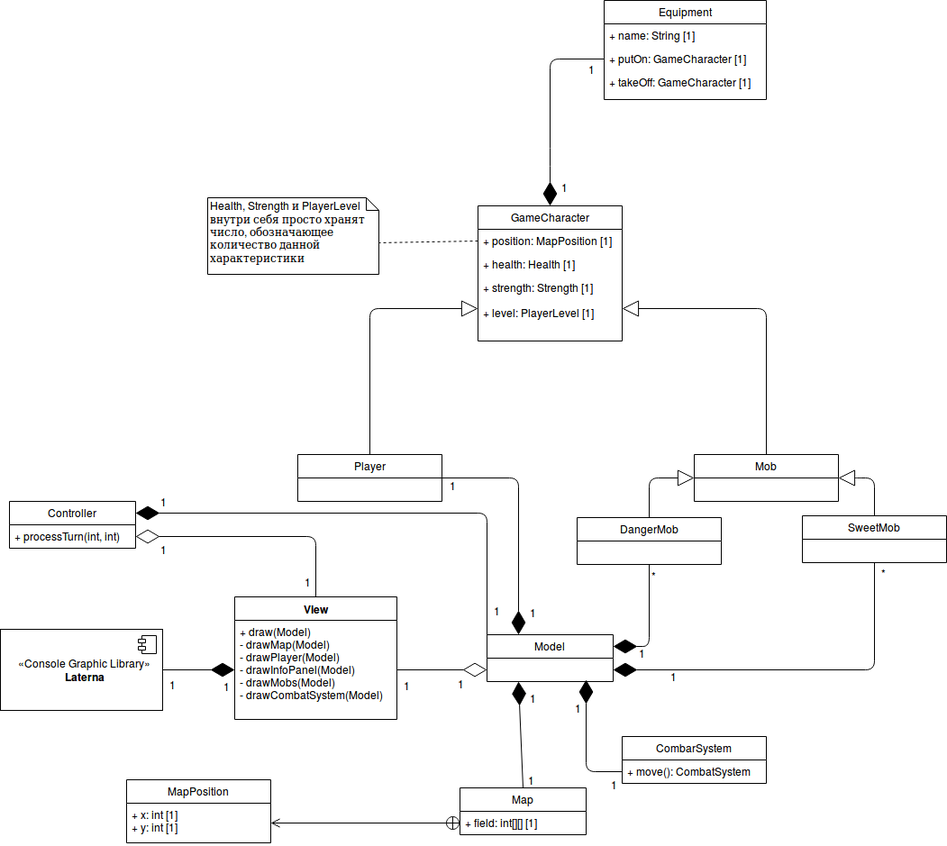
Earlier version of the draw.io export hw06/ClassDiagram.png (RamSaw/SoftwareDesign). Source tidied: cells renumbered, new cells last; positions are measured from the earlier drawing's top-left corner, leaving out a move shared by most shapes.
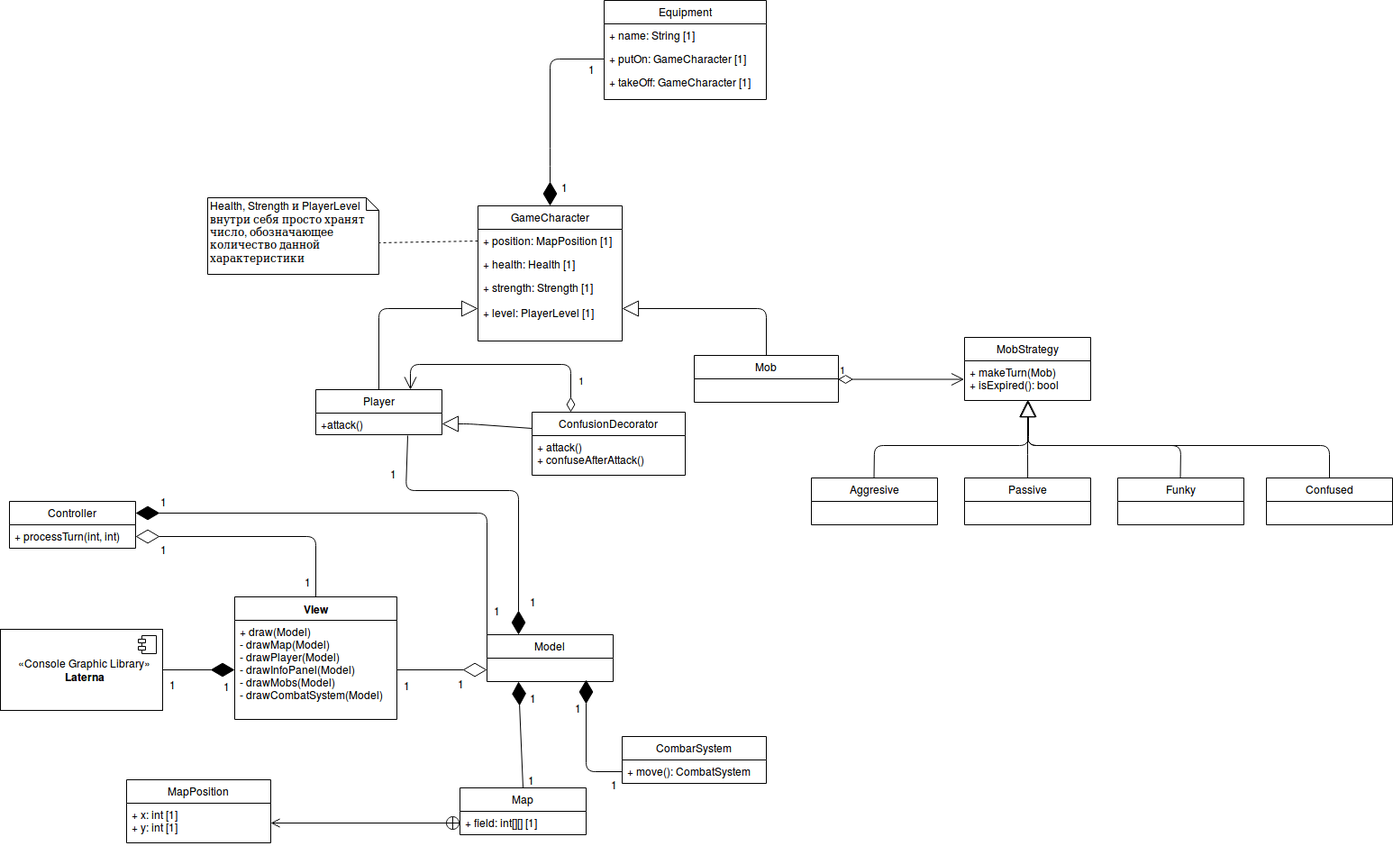
After the change.

Change to the diagram source:
```diff
@@ -45,10 +45,11 @@
     <mxCell id="12" value="Model" style="swimlane;fontStyle=0;horizontal=1;startSize=26;fillColor=none;" parent="1" vertex="1">
       <mxGeometry x="540" y="704" width="140" height="52" as="geometry" />
     </mxCell>
-    <mxCell id="13" style="endArrow=diamondThin;endFill=1;endSize=24;html=1;entryX=0.25;entryY=0;entryDx=0;entryDy=0;exitX=1;exitY=0.5;exitDx=0;exitDy=0;" parent="1" edge="1" source="16" target="12">
+    <mxCell id="13" style="endArrow=diamondThin;endFill=1;endSize=24;html=1;entryX=0.25;entryY=0;entryDx=0;entryDy=0;exitX=0.729;exitY=1.023;exitDx=0;exitDy=0;exitPerimeter=0;" parent="1" edge="1" source="77" target="12">
       <mxGeometry relative="1" as="geometry">
         <Array as="points">
-          <mxPoint x="575" y="530" />
+          <mxPoint x="450" y="544" />
+          <mxPoint x="575" y="544" />
         </Array>
       </mxGeometry>
     </mxCell>
@@ -62,9 +63,6 @@
         <mxPoint x="15" y="6" as="offset" />
       </mxGeometry>
     </mxCell>
-    <mxCell id="16" value="Player" style="swimlane;fontStyle=0;horizontal=1;startSize=26;fillColor=none;" parent="1" vertex="1">
-      <mxGeometry x="330" y="504" width="160" height="52" as="geometry" />
-    </mxCell>
     <mxCell id="17" value="GameCharacter" style="swimlane;fontStyle=0;horizontal=1;startSize=26;fillColor=none;" parent="1" vertex="1">
       <mxGeometry x="530" y="228" width="160" height="150" as="geometry" />
     </mxCell>
@@ -80,28 +78,13 @@
     <mxCell id="21" style="endArrow=block;endSize=16;endFill=0;html=1;entryX=0;entryY=0.5;entryDx=0;entryDy=0;exitX=0.5;exitY=0;exitDx=0;exitDy=0;" parent="1" edge="1" source="16" target="20">
       <mxGeometry relative="1" as="geometry">
         <Array as="points">
-          <mxPoint x="410" y="342" />
+          <mxPoint x="420" y="342" />
         </Array>
       </mxGeometry>
     </mxCell>
     <mxCell id="22" value="Mob" style="swimlane;fontStyle=0;horizontal=1;startSize=26;fillColor=none;" parent="1" vertex="1">
-      <mxGeometry x="770" y="504" width="160" height="52" as="geometry" />
+      <mxGeometry x="770" y="394" width="160" height="52" as="geometry" />
     </mxCell>
-    <mxCell id="23" style="endArrow=diamondThin;endFill=1;endSize=24;html=1;entryX=1;entryY=0.25;entryDx=0;entryDy=0;exitX=0.5;exitY=1;exitDx=0;exitDy=0;" parent="1" edge="1" source="44" target="12">
-      <mxGeometry relative="1" as="geometry">
-        <Array as="points">
-          <mxPoint x="720" y="717" />
-        </Array>
-      </mxGeometry>
-    </mxCell>
-    <mxCell id="24" value="1" style="text;html=1;align=center;verticalAlign=middle;labelBackgroundColor=#ffffff;" parent="23" vertex="1">
-      <mxGeometry x="0.75" relative="1" as="geometry">
-        <mxPoint x="15" y="6" as="offset" />
-      </mxGeometry>
-    </mxCell>
-    <mxCell id="25" value="*" style="text;html=1;align=center;verticalAlign=middle;labelBackgroundColor=#ffffff;" parent="23" vertex="1">
-      <mxGeometry x="-0.84" y="5" relative="1" as="geometry" />
-    </mxCell>
     <mxCell id="26" style="endArrow=block;endSize=16;endFill=0;html=1;entryX=1;entryY=0.5;entryDx=0;entryDy=0;exitX=0.5;exitY=0;exitDx=0;exitDy=0;" parent="1" edge="1" source="22" target="20">
       <mxGeometry relative="1" as="geometry">
         <Array as="points">
@@ -173,44 +156,6 @@
     <mxCell id="43" style="endArrow=none;dashed=1;html=1;entryX=0;entryY=0;entryDx=190;entryDy=49.5;entryPerimeter=0;exitX=0;exitY=0.5;exitDx=0;exitDy=0;" parent="1" edge="1" source="18" target="42">
       <mxGeometry relative="1" as="geometry" />
     </mxCell>
-    <mxCell id="44" value="DangerMob" style="swimlane;fontStyle=0;horizontal=1;startSize=26;fillColor=none;" parent="1" vertex="1">
-      <mxGeometry x="640" y="574" width="160" height="52" as="geometry" />
-    </mxCell>
-    <mxCell id="45" value="SweetMob" style="swimlane;fontStyle=0;horizontal=1;startSize=26;fillColor=none;" parent="1" vertex="1">
-      <mxGeometry x="890" y="572" width="160" height="52" as="geometry" />
-    </mxCell>
-    <mxCell id="46" style="endArrow=block;endSize=16;endFill=0;html=1;entryX=1;entryY=0.5;entryDx=0;entryDy=0;exitX=0.5;exitY=0;exitDx=0;exitDy=0;" parent="1" edge="1" source="45" target="22">
-      <mxGeometry relative="1" as="geometry">
-        <Array as="points">
-          <mxPoint x="970" y="530" />
-          <mxPoint x="950" y="530" />
-        </Array>
-      </mxGeometry>
-    </mxCell>
-    <mxCell id="47" style="endArrow=block;endSize=16;endFill=0;html=1;entryX=0;entryY=0.5;entryDx=0;entryDy=0;exitX=0.5;exitY=0;exitDx=0;exitDy=0;" parent="1" edge="1" source="44" target="22">
-      <mxGeometry relative="1" as="geometry">
-        <Array as="points">
-          <mxPoint x="720" y="530" />
-        </Array>
-      </mxGeometry>
-    </mxCell>
-    <mxCell id="48" style="endArrow=diamondThin;endFill=1;endSize=24;html=1;entryX=1;entryY=0.75;entryDx=0;entryDy=0;exitX=0.5;exitY=1;exitDx=0;exitDy=0;" parent="1" edge="1" source="45" target="12">
-      <mxGeometry relative="1" as="geometry">
-        <Array as="points">
-          <mxPoint x="970" y="743" />
-        </Array>
-      </mxGeometry>
-    </mxCell>
-    <mxCell id="49" value="1" style="text;html=1;align=center;verticalAlign=middle;labelBackgroundColor=#ffffff;" parent="48" vertex="1">
-      <mxGeometry x="0.75" relative="1" as="geometry">
-        <mxPoint x="15" y="6" as="offset" />
-      </mxGeometry>
-    </mxCell>
-    <mxCell id="50" value="*" style="text;html=1;align=center;verticalAlign=middle;labelBackgroundColor=#ffffff;" parent="48" vertex="1">
-      <mxGeometry x="-0.84" y="5" relative="1" as="geometry">
-        <mxPoint x="5" y="-23" as="offset" />
-      </mxGeometry>
-    </mxCell>
     <mxCell id="51" value="CombarSystem" style="swimlane;fontStyle=0;horizontal=1;startSize=26;fillColor=none;" parent="1" vertex="1">
       <mxGeometry x="690" y="817" width="160" height="52" as="geometry" />
     </mxCell>
@@ -275,5 +220,94 @@
         <mxPoint x="-58" y="13" as="offset" />
       </mxGeometry>
     </mxCell>
+    <mxCell id="64" value="Passive" style="swimlane;fontStyle=0;horizontal=1;startSize=26;fillColor=none;" parent="1" vertex="1">
+      <mxGeometry x="1070" y="530" width="140" height="52" as="geometry" />
+    </mxCell>
+    <mxCell id="65" value="Funky" style="swimlane;fontStyle=0;horizontal=1;startSize=26;fillColor=none;" parent="1" vertex="1">
+      <mxGeometry x="1240" y="530" width="140" height="52" as="geometry" />
+    </mxCell>
+    <mxCell id="66" value="1" style="endArrow=open;html=1;endSize=12;startArrow=diamondThin;startSize=14;startFill=0;edgeStyle=orthogonalEdgeStyle;align=left;verticalAlign=bottom;exitX=1;exitY=0.5;exitDx=0;exitDy=0;entryX=0;entryY=0.5;entryDx=0;entryDy=0;" parent="1" edge="1">
+      <mxGeometry x="-1" y="3" relative="1" as="geometry">
+        <mxPoint x="929.5" y="420.5" as="sourcePoint" />
+        <mxPoint x="1069.5" y="420.5" as="targetPoint" />
+      </mxGeometry>
+    </mxCell>
+    <mxCell id="67" style="endArrow=block;endSize=16;endFill=0;html=1;exitX=0.5;exitY=0;exitDx=0;exitDy=0;" parent="1" edge="1">
+      <mxGeometry relative="1" as="geometry">
+        <mxPoint x="969.5" y="529.9" as="sourcePoint" />
+        <mxPoint x="1141" y="444" as="targetPoint" />
+        <Array as="points">
+          <mxPoint x="970" y="494" />
+          <mxPoint x="1141" y="494" />
+        </Array>
+      </mxGeometry>
+    </mxCell>
+    <mxCell id="68" style="endArrow=block;endSize=16;endFill=0;html=1;exitX=0.5;exitY=0;exitDx=0;exitDy=0;" parent="1" edge="1">
+      <mxGeometry relative="1" as="geometry">
+        <mxPoint x="1140.1" y="529.9" as="sourcePoint" />
+        <mxPoint x="1140" y="444" as="targetPoint" />
+        <Array as="points">
+          <mxPoint x="1140" y="494" />
+        </Array>
+      </mxGeometry>
+    </mxCell>
+    <mxCell id="69" value="MobStrategy" style="swimlane;fontStyle=0;horizontal=1;startSize=26;fillColor=none;" parent="1" vertex="1">
+      <mxGeometry x="1070" y="374" width="140" height="70" as="geometry" />
+    </mxCell>
+    <mxCell id="70" value="+ makeTurn(Mob)&#10;+ isExpired(): bool&#10;" style="text;strokeColor=none;fillColor=none;align=left;verticalAlign=top;spacingLeft=4;spacingRight=4;overflow=hidden;" parent="69" vertex="1">
+      <mxGeometry y="26" width="140" height="44" as="geometry" />
+    </mxCell>
+    <mxCell id="71" value="Aggresive" style="swimlane;fontStyle=0;horizontal=1;startSize=26;fillColor=none;" parent="1" vertex="1">
+      <mxGeometry x="900" y="530" width="140" height="52" as="geometry" />
+    </mxCell>
+    <mxCell id="72" style="endArrow=block;endSize=16;endFill=0;html=1;exitX=0.5;exitY=0;exitDx=0;exitDy=0;" parent="1" edge="1">
+      <mxGeometry relative="1" as="geometry">
+        <mxPoint x="1309.5" y="529.9" as="sourcePoint" />
+        <mxPoint x="1140" y="444" as="targetPoint" />
+        <Array as="points">
+          <mxPoint x="1310" y="494" />
+          <mxPoint x="1140" y="494" />
+        </Array>
+      </mxGeometry>
+    </mxCell>
+    <mxCell id="73" value="Confused" style="swimlane;fontStyle=0;horizontal=1;startSize=26;fillColor=none;" parent="1" vertex="1">
+      <mxGeometry x="1405" y="530" width="140" height="52" as="geometry" />
+    </mxCell>
+    <mxCell id="74" style="endArrow=block;endSize=16;endFill=0;html=1;exitX=0.5;exitY=0;exitDx=0;exitDy=0;" parent="1" edge="1" source="73">
+      <mxGeometry relative="1" as="geometry">
+        <mxPoint x="1140" y="444" as="targetPoint" />
+        <Array as="points">
+          <mxPoint x="1475" y="494" />
+          <mxPoint x="1140" y="494" />
+        </Array>
+      </mxGeometry>
+    </mxCell>
+    <mxCell id="75" value="ConfusionDecorator" style="swimlane;fontStyle=0;horizontal=1;startSize=26;fillColor=none;" parent="1" vertex="1">
+      <mxGeometry x="590" y="457" width="170" height="70" as="geometry" />
+    </mxCell>
+    <mxCell id="76" value="+ attack()&#10;+ confuseAfterAttack()&#10;" style="text;strokeColor=none;fillColor=none;align=left;verticalAlign=top;spacingLeft=4;spacingRight=4;overflow=hidden;" parent="75" vertex="1">
+      <mxGeometry y="26" width="170" height="44" as="geometry" />
+    </mxCell>
+    <mxCell id="16" value="Player" style="swimlane;fontStyle=0;horizontal=1;startSize=26;fillColor=none;" parent="1" vertex="1">
+      <mxGeometry x="350" y="432" width="140" height="50" as="geometry" />
+    </mxCell>
+    <mxCell id="77" value="+attack()" style="text;strokeColor=none;fillColor=none;align=left;verticalAlign=top;spacingLeft=4;spacingRight=4;overflow=hidden;points=[[0,0.5],[1,0.5]];portConstraint=eastwest;" parent="16" vertex="1">
+      <mxGeometry y="26" width="140" height="24" as="geometry" />
+    </mxCell>
+    <mxCell id="78" style="endArrow=block;endSize=16;endFill=0;html=1;entryX=1;entryY=0.5;entryDx=0;entryDy=0;exitX=0;exitY=0.25;exitDx=0;exitDy=0;" parent="1" edge="1" source="75" target="77">
+      <mxGeometry relative="1" as="geometry">
+        <Array as="points">
+          <mxPoint x="520" y="470" />
+        </Array>
+      </mxGeometry>
+    </mxCell>
+    <mxCell id="79" value="1" style="endArrow=open;html=1;endSize=12;startArrow=diamondThin;startSize=14;startFill=0;edgeStyle=orthogonalEdgeStyle;align=left;verticalAlign=bottom;exitX=0.25;exitY=0;exitDx=0;exitDy=0;entryX=0.75;entryY=0;entryDx=0;entryDy=0;" parent="1" edge="1" source="75" target="16">
+      <mxGeometry x="-0.79" y="-7" relative="1" as="geometry">
+        <Array as="points">
+          <mxPoint x="633" y="404" />
+          <mxPoint x="455" y="404" />
+        </Array>
+      </mxGeometry>
+    </mxCell>
   </root>
 </mxGraphModel>
```
